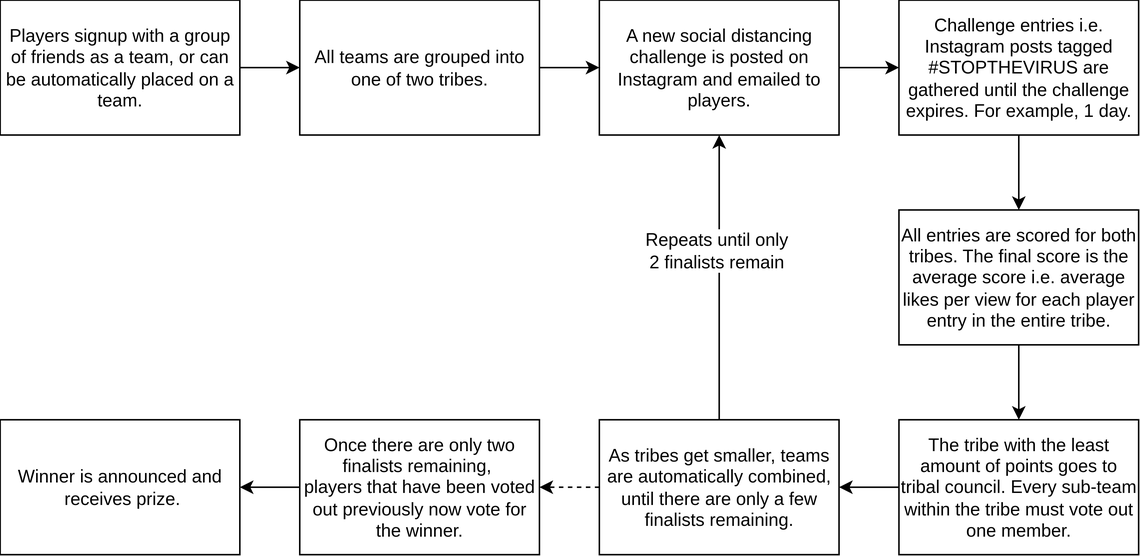
Above: flowchart.svg in un7c0rn/stopthevirus (draw.io), before the change. Source tidied: cells renumbered, new cells last; positions are measured from the earlier drawing's top-left corner, leaving out a move shared by most shapes.
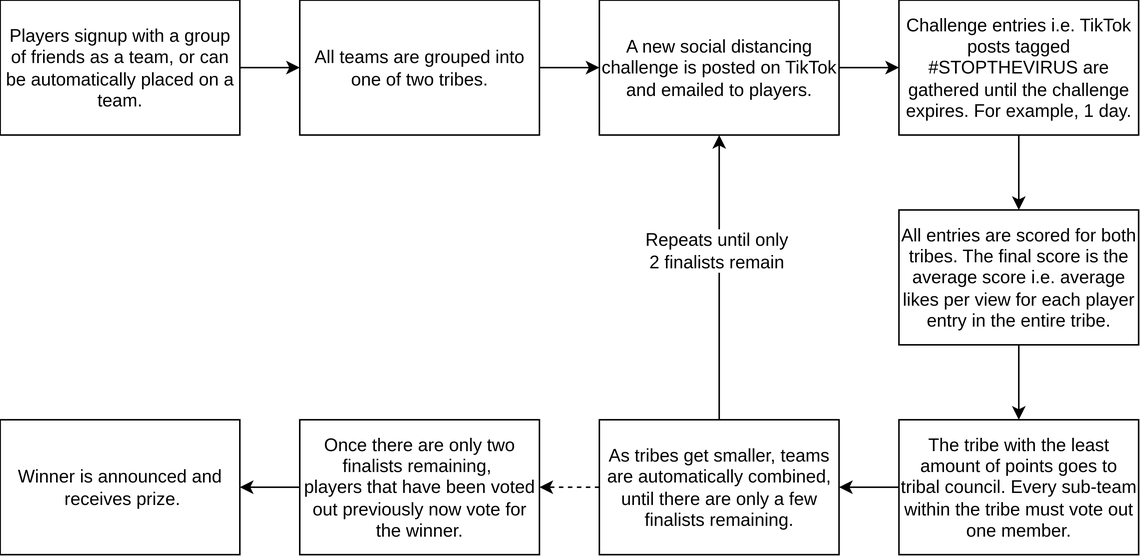
The same file after the commit.

Commit message:
Updated diagrams with TikTok.

Diff of the diagram source:
```diff
@@ -17,13 +17,13 @@
     <mxCell id="6" style="edgeStyle=orthogonalEdgeStyle;rounded=0;jettySize=auto;html=1;exitX=1;exitY=0.5;exitDx=0;exitDy=0;entryX=0;entryY=0.5;entryDx=0;entryDy=0;" parent="1" edge="1" source="7" target="9">
       <mxGeometry relative="1" as="geometry" />
     </mxCell>
-    <mxCell id="7" value="A new social distancing challenge is posted on Instagram and emailed to players." style="rounded=0;whiteSpace=wrap;html=1;" parent="1" vertex="1">
+    <mxCell id="7" value="A new social distancing challenge is posted on TikTok and emailed to players." style="rounded=0;whiteSpace=wrap;html=1;" parent="1" vertex="1">
       <mxGeometry x="400" width="160" height="90" as="geometry" />
     </mxCell>
     <mxCell id="8" style="edgeStyle=orthogonalEdgeStyle;rounded=0;jettySize=auto;html=1;exitX=0.5;exitY=1;exitDx=0;exitDy=0;entryX=0.5;entryY=0;entryDx=0;entryDy=0;" parent="1" edge="1" source="9" target="11">
       <mxGeometry relative="1" as="geometry" />
     </mxCell>
-    <mxCell id="9" value="Challenge entries i.e. Instagram posts tagged #STOPTHEVIRUS are gathered until the challenge expires. For example, 1 day." style="rounded=0;whiteSpace=wrap;html=1;" parent="1" vertex="1">
+    <mxCell id="9" value="Challenge entries i.e. TikTok posts tagged #STOPTHEVIRUS are gathered until the challenge expires. For example, 1 day." style="rounded=0;whiteSpace=wrap;html=1;" parent="1" vertex="1">
       <mxGeometry x="600" width="160" height="90" as="geometry" />
     </mxCell>
     <mxCell id="10" style="edgeStyle=orthogonalEdgeStyle;rounded=0;jettySize=auto;html=1;exitX=0.5;exitY=1;exitDx=0;exitDy=0;entryX=0.5;entryY=0;entryDx=0;entryDy=0;" parent="1" edge="1" source="11" target="13">
```
